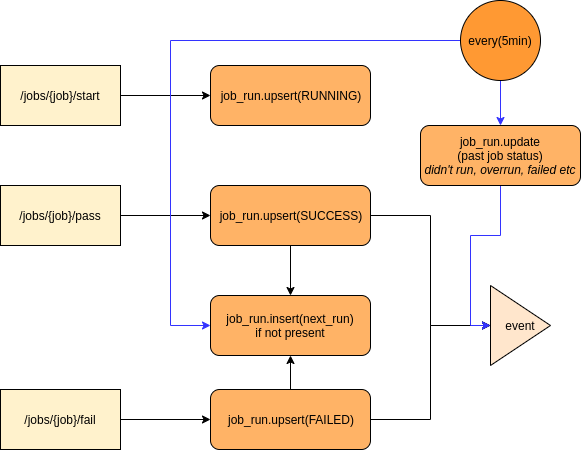
This is cronicle.png from vsbabu/cronicle, a draw.io export, as it was before one commit. Source tidied: cells renumbered, new cells last; positions are measured from the earlier drawing's top-left corner, leaving out a move shared by most shapes.
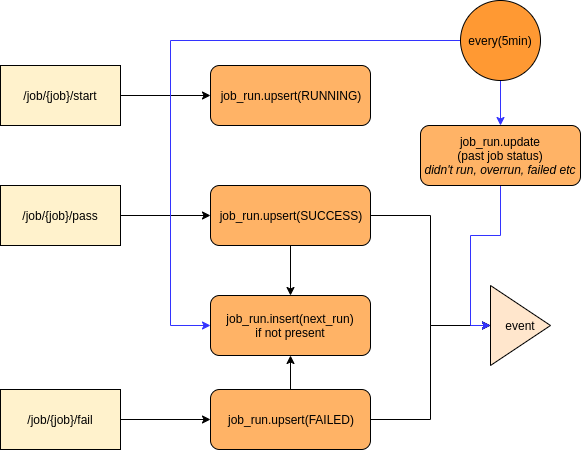
The same file after the commit.

What changed in the source:
```diff
@@ -5,19 +5,19 @@
     <mxCell id="2" style="edgeStyle=orthogonalEdgeStyle;rounded=0;jettySize=auto;html=1;exitX=1;exitY=0.5;exitDx=0;exitDy=0;" parent="1" edge="1" source="3" target="8">
       <mxGeometry relative="1" as="geometry" />
     </mxCell>
-    <mxCell id="3" value="/jobs/{job}/start" style="rounded=0;whiteSpace=wrap;html=1;fillColor=#FFF2CC;" parent="1" vertex="1">
+    <mxCell id="3" value="/job/{job}/start" style="rounded=0;whiteSpace=wrap;html=1;fillColor=#FFF2CC;" parent="1" vertex="1">
       <mxGeometry y="65" width="120" height="60" as="geometry" />
     </mxCell>
     <mxCell id="4" style="edgeStyle=orthogonalEdgeStyle;rounded=0;jettySize=auto;html=1;exitX=1;exitY=0.5;exitDx=0;exitDy=0;entryX=0;entryY=0.5;entryDx=0;entryDy=0;" parent="1" edge="1" source="5" target="11">
       <mxGeometry relative="1" as="geometry" />
     </mxCell>
-    <mxCell id="5" value="/jobs/{job}/pass" style="rounded=0;whiteSpace=wrap;html=1;fillColor=#FFF2CC;" parent="1" vertex="1">
+    <mxCell id="5" value="/job/{job}/pass" style="rounded=0;whiteSpace=wrap;html=1;fillColor=#FFF2CC;" parent="1" vertex="1">
       <mxGeometry y="185" width="120" height="60" as="geometry" />
     </mxCell>
     <mxCell id="6" style="edgeStyle=orthogonalEdgeStyle;rounded=0;jettySize=auto;html=1;exitX=1;exitY=0.5;exitDx=0;exitDy=0;entryX=0;entryY=0.5;entryDx=0;entryDy=0;" parent="1" edge="1" source="7" target="14">
       <mxGeometry relative="1" as="geometry" />
     </mxCell>
-    <mxCell id="7" value="/jobs/{job}/fail" style="rounded=0;whiteSpace=wrap;html=1;fillColor=#FFF2CC;" parent="1" vertex="1">
+    <mxCell id="7" value="/job/{job}/fail" style="rounded=0;whiteSpace=wrap;html=1;fillColor=#FFF2CC;" parent="1" vertex="1">
       <mxGeometry y="389" width="120" height="60" as="geometry" />
     </mxCell>
     <mxCell id="8" value="job_run.upsert(RUNNING)" style="rounded=1;whiteSpace=wrap;html=1;fillColor=#FFB366;" parent="1" vertex="1">
```
